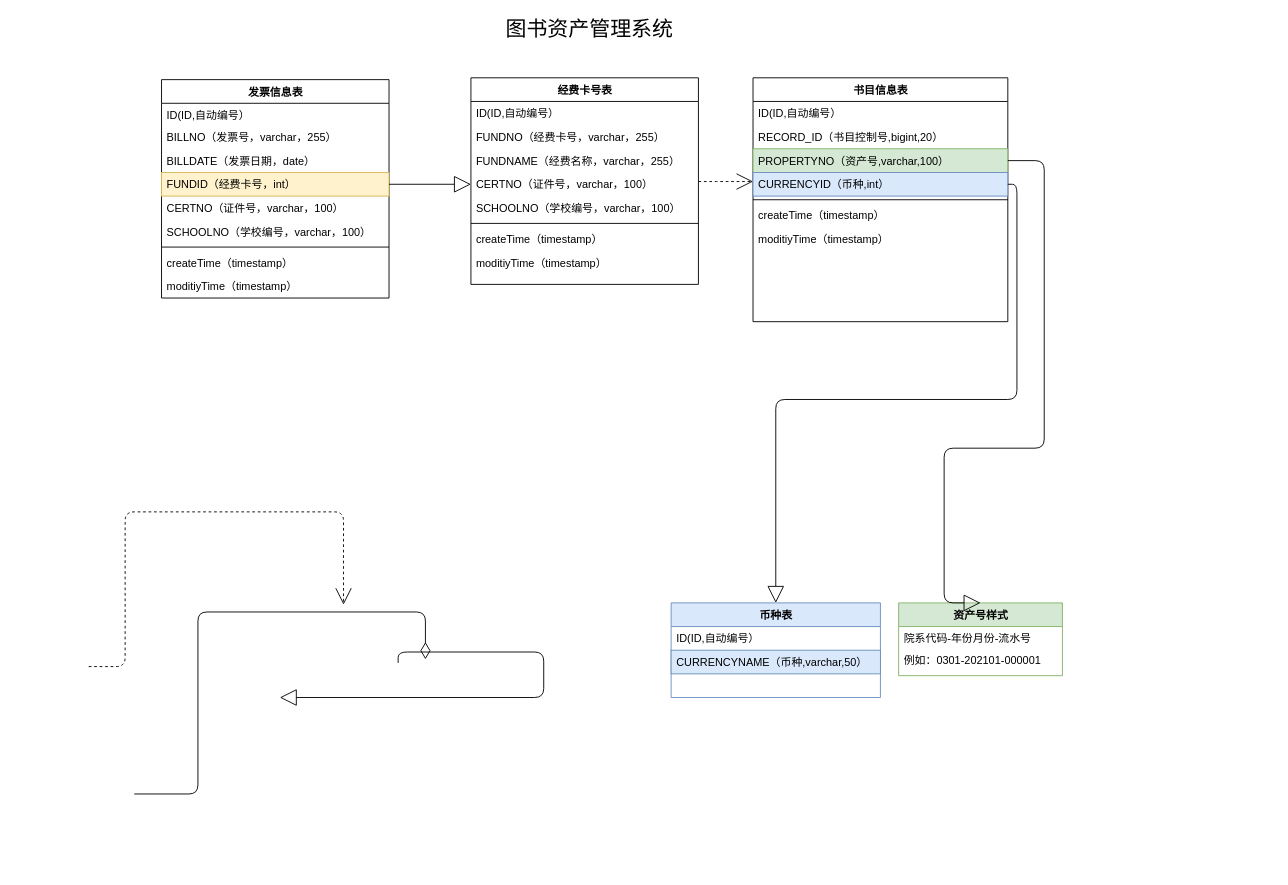
The draw.io diagram 图书资产管理系统.drawio in yisqiu/SimpleMap-wx, before the edit. Source tidied: cells renumbered, new cells numbered last; positions are measured from the earlier drawing's top-left corner, leaving out a move shared by most shapes. Both pictures are drawn from the tidied source at 91%, with x=0, y=0 at pixel (88, 15).
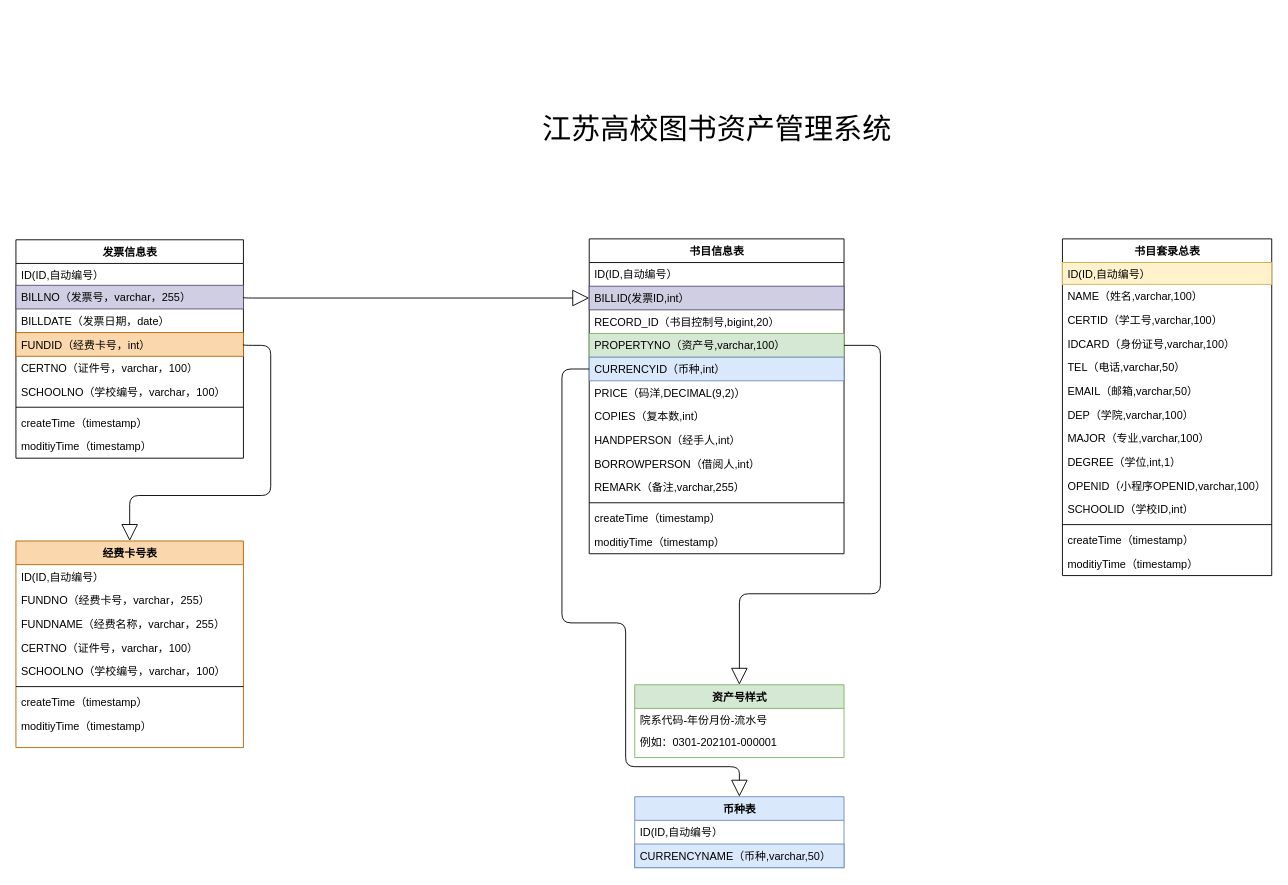
After the change.

Commit message (it also covers changes not shown here):
更新图书资产管理系统.drawio

The change refers to these unchanged cells:
```xml
<mxCell id="19" value="CERTNO（证件号，varchar，100）" style="text;html=1;strokeColor=none;fillColor=none;align=left;verticalAlign=top;spacingLeft=4;spacingRight=4;whiteSpace=wrap;overflow=hidden;points=[[0,0.5],[1,0.5]];portConstraint=eastwest;" parent="15" vertex="1">
  <mxGeometry y="104" width="250" height="26" as="geometry" />
</mxCell>
```

Diff of the diagram source:
```diff
@@
-    <mxCell id="2" style="edgeStyle=orthogonalEdgeStyle;html=1;labelBackgroundColor=none;startFill=0;startSize=8;endArrow=open;endFill=0;endSize=16;fontFamily=Verdana;fontSize=12;dashed=1;" parent="1" edge="1">
-      <mxGeometry relative="1" as="geometry">
-        <mxPoint y="715" as="sourcePoint" />
-        <mxPoint x="280" y="647" as="targetPoint" />
-        <Array as="points">
-          <mxPoint x="40" y="545" />
-          <mxPoint x="280" y="545" />
-        </Array>
-      </mxGeometry>
-    </mxCell>
-    <mxCell id="3" style="edgeStyle=orthogonalEdgeStyle;html=1;labelBackgroundColor=none;startFill=0;startSize=8;endArrow=diamondThin;endFill=0;endSize=16;fontFamily=Verdana;fontSize=12;" parent="1" edge="1">
-      <mxGeometry relative="1" as="geometry">
-        <mxPoint x="50" y="855" as="sourcePoint" />
-        <mxPoint x="370" y="707" as="targetPoint" />
-        <Array as="points">
-          <mxPoint x="120" y="655" />
-          <mxPoint x="370" y="655" />
-        </Array>
-      </mxGeometry>
-    </mxCell>
     <mxCell id="4" value="发票信息表" style="swimlane;html=1;fontStyle=1;align=center;verticalAlign=top;horizontal=1;startSize=26;swimlaneFillColor=#ffffff;rounded=0;shadow=0;comic=0;labelBackgroundColor=none;strokeWidth=1;fontFamily=Verdana;fontSize=12;" parent="1" vertex="1">
-      <mxGeometry x="80" y="70" width="250" height="240" as="geometry" />
+      <mxGeometry x="-80" y="246" width="250" height="240" as="geometry" />
     </mxCell>
@@
-    <mxCell id="6" value="BILLNO（发票号，varchar，255）" style="text;html=1;strokeColor=none;fillColor=none;align=left;verticalAlign=top;spacingLeft=4;spacingRight=4;whiteSpace=wrap;overflow=hidden;points=[[0,0.5],[1,0.5]];portConstraint=eastwest;" parent="4" vertex="1">
+    <mxCell id="6" value="BILLNO（发票号，varchar，255）" style="text;html=1;strokeColor=#56517e;fillColor=#d0cee2;align=left;verticalAlign=top;spacingLeft=4;spacingRight=4;whiteSpace=wrap;overflow=hidden;points=[[0,0.5],[1,0.5]];portConstraint=eastwest;" parent="4" vertex="1">
       <mxGeometry y="50" width="250" height="26" as="geometry" />
     </mxCell>
@@
-    <mxCell id="8" value="FUNDID（经费卡号，int）" style="text;html=1;strokeColor=#d6b656;fillColor=#fff2cc;align=left;verticalAlign=top;spacingLeft=4;spacingRight=4;whiteSpace=wrap;overflow=hidden;points=[[0,0.5],[1,0.5]];portConstraint=eastwest;" parent="4" vertex="1">
+    <mxCell id="8" value="FUNDID（经费卡号，int）" style="text;html=1;strokeColor=#b46504;fillColor=#fad7ac;align=left;verticalAlign=top;spacingLeft=4;spacingRight=4;whiteSpace=wrap;overflow=hidden;points=[[0,0.5],[1,0.5]];portConstraint=eastwest;" parent="4" vertex="1">
       <mxGeometry y="102" width="250" height="26" as="geometry" />
     </mxCell>
@@
-    <mxCell id="14" style="edgeStyle=elbowEdgeStyle;html=1;labelBackgroundColor=none;startFill=0;startSize=8;endArrow=open;endFill=0;endSize=16;fontFamily=Verdana;fontSize=12;elbow=vertical;dashed=1;" parent="1" edge="1" source="15" target="24">
-      <mxGeometry relative="1" as="geometry" />
-    </mxCell>
-    <mxCell id="15" value="经费卡号表" style="swimlane;html=1;fontStyle=1;align=center;verticalAlign=top;horizontal=1;startSize=26;swimlaneFillColor=#ffffff;rounded=0;shadow=0;comic=0;labelBackgroundColor=none;strokeWidth=1;fillColor=none;fontFamily=Verdana;fontSize=12;" parent="1" vertex="1">
-      <mxGeometry x="420" y="68" width="250" height="227" as="geometry" />
+    <mxCell id="15" value="经费卡号表" style="swimlane;html=1;fontStyle=1;align=center;verticalAlign=top;horizontal=1;startSize=26;swimlaneFillColor=#ffffff;rounded=0;shadow=0;comic=0;labelBackgroundColor=none;strokeWidth=1;fillColor=#fad7ac;fontFamily=Verdana;fontSize=12;strokeColor=#b46504;" parent="1" vertex="1">
+      <mxGeometry x="-80" y="577" width="250" height="227" as="geometry" />
     </mxCell>
@@
     <mxCell id="24" value="书目信息表" style="swimlane;html=1;fontStyle=1;align=center;verticalAlign=top;horizontal=1;startSize=26;swimlaneFillColor=#ffffff;rounded=0;shadow=0;comic=0;labelBackgroundColor=none;strokeWidth=1;fillColor=none;fontFamily=Verdana;fontSize=12;" parent="1" vertex="1">
-      <mxGeometry x="730" y="68" width="280" height="268" as="geometry" />
+      <mxGeometry x="550" y="245" width="280" height="346" as="geometry" />
     </mxCell>
@@
+    <mxCell id="43" value="BILLID(发票ID,int）" style="text;html=1;strokeColor=#56517e;fillColor=#d0cee2;align=left;verticalAlign=top;spacingLeft=4;spacingRight=4;whiteSpace=wrap;overflow=hidden;points=[[0,0.5],[1,0.5]];portConstraint=eastwest;" parent="24" vertex="1">
+      <mxGeometry y="52" width="280" height="26" as="geometry" />
+    </mxCell>
     <mxCell id="26" value="RECORD_ID（书目控制号,bigint,20）" style="text;html=1;strokeColor=none;fillColor=none;align=left;verticalAlign=top;spacingLeft=4;spacingRight=4;whiteSpace=wrap;overflow=hidden;" parent="24" vertex="1">
-      <mxGeometry y="52" width="280" height="26" as="geometry" />
+      <mxGeometry y="78" width="280" height="26" as="geometry" />
     </mxCell>
     <mxCell id="27" value="PROPERTYNO（资产号,varchar,100）" style="text;html=1;strokeColor=#82b366;fillColor=#d5e8d4;align=left;verticalAlign=top;spacingLeft=4;spacingRight=4;whiteSpace=wrap;overflow=hidden;points=[[0,0.5],[1,0.5]];portConstraint=eastwest;" parent="24" vertex="1">
-      <mxGeometry y="78" width="280" height="26" as="geometry" />
+      <mxGeometry y="104" width="280" height="26" as="geometry" />
     </mxCell>
     <mxCell id="28" value="CURRENCYID（币种,int）" style="text;html=1;strokeColor=#6c8ebf;fillColor=#dae8fc;align=left;verticalAlign=top;spacingLeft=4;spacingRight=4;whiteSpace=wrap;overflow=hidden;points=[[0,0.5],[1,0.5]];portConstraint=eastwest;" parent="24" vertex="1">
-      <mxGeometry y="104" width="280" height="26" as="geometry" />
+      <mxGeometry y="130" width="280" height="26" as="geometry" />
     </mxCell>
+    <mxCell id="44" value="PRICE（码洋,DECIMAL(9,2)）" style="text;html=1;strokeColor=none;fillColor=none;align=left;verticalAlign=top;spacingLeft=4;spacingRight=4;whiteSpace=wrap;overflow=hidden;" parent="24" vertex="1">
+      <mxGeometry y="156" width="280" height="26" as="geometry" />
+    </mxCell>
+    <mxCell id="45" value="COPIES（复本数,int）" style="text;html=1;strokeColor=none;fillColor=none;align=left;verticalAlign=top;spacingLeft=4;spacingRight=4;whiteSpace=wrap;overflow=hidden;" parent="24" vertex="1">
+      <mxGeometry y="182" width="280" height="26" as="geometry" />
+    </mxCell>
+    <mxCell id="46" value="HANDPERSON（经手人,int）" style="text;html=1;strokeColor=none;fillColor=none;align=left;verticalAlign=top;spacingLeft=4;spacingRight=4;whiteSpace=wrap;overflow=hidden;" parent="24" vertex="1">
+      <mxGeometry y="208" width="280" height="26" as="geometry" />
+    </mxCell>
+    <mxCell id="47" value="BORROWPERSON（借阅人,int）" style="text;html=1;strokeColor=none;fillColor=none;align=left;verticalAlign=top;spacingLeft=4;spacingRight=4;whiteSpace=wrap;overflow=hidden;" parent="24" vertex="1">
+      <mxGeometry y="234" width="280" height="26" as="geometry" />
+    </mxCell>
+    <mxCell id="48" value="REMARK（备注,varchar,255）" style="text;html=1;strokeColor=none;fillColor=none;align=left;verticalAlign=top;spacingLeft=4;spacingRight=4;whiteSpace=wrap;overflow=hidden;" parent="24" vertex="1">
+      <mxGeometry y="260" width="280" height="26" as="geometry" />
+    </mxCell>
     <mxCell id="29" style="line;html=1;strokeWidth=1;fillColor=none;align=left;verticalAlign=middle;spacingTop=-1;spacingLeft=3;spacingRight=3;labelPosition=right;" parent="24" vertex="1">
-      <mxGeometry y="130" width="280" height="8" as="geometry" />
+      <mxGeometry y="286" width="280" height="8" as="geometry" />
     </mxCell>
     <mxCell id="30" value="createTime（timestamp）" style="text;html=1;strokeColor=none;fillColor=none;align=left;verticalAlign=top;spacingLeft=4;spacingRight=4;whiteSpace=wrap;overflow=hidden;" parent="24" vertex="1">
-      <mxGeometry y="138" width="280" height="26" as="geometry" />
+      <mxGeometry y="294" width="280" height="26" as="geometry" />
     </mxCell>
     <mxCell id="31" value="moditiyTime（timestamp）" style="text;html=1;strokeColor=none;fillColor=none;align=left;verticalAlign=top;spacingLeft=4;spacingRight=4;whiteSpace=wrap;overflow=hidden;" parent="24" vertex="1">
-      <mxGeometry y="164" width="280" height="26" as="geometry" />
+      <mxGeometry y="320" width="280" height="26" as="geometry" />
     </mxCell>
-    <mxCell id="32" style="edgeStyle=orthogonalEdgeStyle;html=1;labelBackgroundColor=none;startFill=0;startSize=8;endArrow=block;endFill=0;endSize=16;fontFamily=Verdana;fontSize=12;" parent="1" edge="1">
+    <mxCell id="32" style="edgeStyle=orthogonalEdgeStyle;html=1;labelBackgroundColor=none;startFill=0;startSize=8;endArrow=block;endFill=0;endSize=16;fontFamily=Verdana;fontSize=12;exitX=1;exitY=0.5;exitDx=0;exitDy=0;entryX=0;entryY=0.5;entryDx=0;entryDy=0;" parent="1" edge="1" source="6" target="43">
       <mxGeometry relative="1" as="geometry">
-        <mxPoint x="340" y="711" as="sourcePoint" />
-        <mxPoint x="210" y="749" as="targetPoint" />
         <Array as="points">
-          <mxPoint x="340" y="699" />
-          <mxPoint x="500" y="699" />
+          <mxPoint x="170" y="310" />
         </Array>
       </mxGeometry>
     </mxCell>
-    <mxCell id="33" value="图书资产管理系统" style="text;html=1;align=center;verticalAlign=middle;fontStyle=0;fontSize=23;" parent="1" vertex="1">
-      <mxGeometry x="450" width="200" height="30" as="geometry" />
+    <mxCell id="33" value="江苏高校图书资产管理系统" style="text;html=1;align=center;verticalAlign=middle;fontStyle=0;fontSize=32;" parent="1" vertex="1">
+      <mxGeometry x="490" y="105" width="400" height="40" as="geometry" />
     </mxCell>
-    <mxCell id="34" style="edgeStyle=orthogonalEdgeStyle;html=1;labelBackgroundColor=none;startFill=0;startSize=8;endArrow=block;endFill=0;endSize=16;fontFamily=Verdana;fontSize=12;entryX=0;entryY=0.5;entryDx=0;entryDy=0;exitX=1;exitY=0.5;exitDx=0;exitDy=0;" parent="1" edge="1" source="8" target="19">
-      <mxGeometry relative="1" as="geometry" />
+    <mxCell id="34" style="edgeStyle=orthogonalEdgeStyle;html=1;labelBackgroundColor=none;startFill=0;startSize=8;endArrow=block;endFill=0;endSize=16;fontFamily=Verdana;fontSize=12;entryX=0.5;entryY=0;entryDx=0;entryDy=0;exitX=1;exitY=0.5;exitDx=0;exitDy=0;" parent="1" edge="1" source="8" target="15">
+      <mxGeometry relative="1" as="geometry">
+        <Array as="points">
+          <mxPoint x="170" y="362" />
+          <mxPoint x="200" y="362" />
+          <mxPoint x="200" y="527" />
+          <mxPoint x="45" y="527" />
+        </Array>
+      </mxGeometry>
     </mxCell>
     <mxCell id="35" value="资产号样式" style="swimlane;html=1;fontStyle=1;align=center;verticalAlign=top;horizontal=1;startSize=26;swimlaneFillColor=#ffffff;rounded=0;shadow=0;comic=0;labelBackgroundColor=none;strokeWidth=1;fontFamily=Verdana;fontSize=12;strokeColor=#82b366;fillColor=#d5e8d4;" parent="1" vertex="1">
-      <mxGeometry x="890" y="645" width="180" height="80" as="geometry" />
+      <mxGeometry x="600" y="735" width="230" height="80" as="geometry" />
     </mxCell>
     <mxCell id="36" value="院系代码-年份月份-流水号" style="text;html=1;align=left;verticalAlign=top;spacingLeft=4;spacingRight=4;whiteSpace=wrap;overflow=hidden;" parent="35" vertex="1">
-      <mxGeometry y="26" width="180" height="24" as="geometry" />
+      <mxGeometry y="26" width="230" height="24" as="geometry" />
     </mxCell>
     <mxCell id="37" value="例如：0301-202101-000001" style="text;html=1;strokeColor=none;fillColor=none;align=left;verticalAlign=top;spacingLeft=4;spacingRight=4;whiteSpace=wrap;overflow=hidden;" parent="35" vertex="1">
-      <mxGeometry y="50" width="180" height="26" as="geometry" />
+      <mxGeometry y="50" width="230" height="26" as="geometry" />
     </mxCell>
     <mxCell id="38" style="edgeStyle=orthogonalEdgeStyle;html=1;labelBackgroundColor=none;startFill=0;startSize=8;endArrow=block;endFill=0;endSize=16;fontFamily=Verdana;fontSize=12;exitX=1;exitY=0.5;exitDx=0;exitDy=0;entryX=0.5;entryY=0;entryDx=0;entryDy=0;" parent="1" edge="1" source="27" target="35">
       <mxGeometry relative="1" as="geometry">
         <Array as="points">
-          <mxPoint x="1050" y="159" />
-          <mxPoint x="1050" y="475" />
-          <mxPoint x="940" y="475" />
+          <mxPoint x="870" y="362" />
+          <mxPoint x="870" y="635" />
+          <mxPoint x="715" y="635" />
         </Array>
       </mxGeometry>
     </mxCell>
     <mxCell id="39" value="币种表" style="swimlane;html=1;fontStyle=1;align=center;verticalAlign=top;horizontal=1;startSize=26;swimlaneFillColor=#ffffff;rounded=0;shadow=0;comic=0;labelBackgroundColor=none;strokeWidth=1;fontFamily=Verdana;fontSize=12;strokeColor=#6c8ebf;fillColor=#dae8fc;" parent="1" vertex="1">
-      <mxGeometry x="640" y="645" width="230" height="104" as="geometry" />
+      <mxGeometry x="600" y="858" width="230" height="78" as="geometry" />
     </mxCell>
@@
-    <mxCell id="42" style="edgeStyle=orthogonalEdgeStyle;html=1;labelBackgroundColor=none;startFill=0;startSize=8;endArrow=block;endFill=0;endSize=16;fontFamily=Verdana;fontSize=12;exitX=1;exitY=0.5;exitDx=0;exitDy=0;entryX=0.5;entryY=0;entryDx=0;entryDy=0;" parent="1" edge="1" source="28" target="39">
-      <mxGeometry relative="1" as="geometry" />
+    <mxCell id="42" style="edgeStyle=orthogonalEdgeStyle;html=1;labelBackgroundColor=none;startFill=0;startSize=8;endArrow=block;endFill=0;endSize=16;fontFamily=Verdana;fontSize=12;exitX=0;exitY=0.5;exitDx=0;exitDy=0;entryX=0.5;entryY=0;entryDx=0;entryDy=0;" parent="1" edge="1" source="28" target="39">
+      <mxGeometry relative="1" as="geometry">
+        <Array as="points">
+          <mxPoint x="520" y="388" />
+          <mxPoint x="520" y="667" />
+          <mxPoint x="590" y="667" />
+          <mxPoint x="590" y="825" />
+          <mxPoint x="715" y="825" />
+        </Array>
+      </mxGeometry>
     </mxCell>
+    <mxCell id="49" value="书目套录总表" style="swimlane;html=1;fontStyle=1;align=center;verticalAlign=top;horizontal=1;startSize=26;swimlaneFillColor=#ffffff;rounded=0;shadow=0;comic=0;labelBackgroundColor=none;strokeWidth=1;fillColor=none;fontFamily=Verdana;fontSize=12;" parent="1" vertex="1">
+      <mxGeometry x="1070" y="245" width="230" height="370" as="geometry" />
+    </mxCell>
+    <mxCell id="50" value="ID(ID,自动编号）" style="text;html=1;strokeColor=#d6b656;fillColor=#fff2cc;align=left;verticalAlign=top;spacingLeft=4;spacingRight=4;whiteSpace=wrap;overflow=hidden;" parent="49" vertex="1">
+      <mxGeometry y="26" width="230" height="24" as="geometry" />
+    </mxCell>
+    <mxCell id="51" value="NAME（姓名,varchar,100）" style="text;html=1;strokeColor=none;fillColor=none;align=left;verticalAlign=top;spacingLeft=4;spacingRight=4;whiteSpace=wrap;overflow=hidden;" parent="49" vertex="1">
+      <mxGeometry y="50" width="230" height="26" as="geometry" />
+    </mxCell>
+    <mxCell id="52" value="CERTID（学工号,varchar,100）" style="text;html=1;strokeColor=none;fillColor=none;align=left;verticalAlign=top;spacingLeft=4;spacingRight=4;whiteSpace=wrap;overflow=hidden;" parent="49" vertex="1">
+      <mxGeometry y="76" width="230" height="26" as="geometry" />
+    </mxCell>
+    <mxCell id="53" value="IDCARD（身份证号,varchar,100）" style="text;html=1;strokeColor=none;fillColor=none;align=left;verticalAlign=top;spacingLeft=4;spacingRight=4;whiteSpace=wrap;overflow=hidden;" parent="49" vertex="1">
+      <mxGeometry y="102" width="230" height="26" as="geometry" />
+    </mxCell>
+    <mxCell id="54" value="TEL（电话,varchar,50）" style="text;html=1;strokeColor=none;fillColor=none;align=left;verticalAlign=top;spacingLeft=4;spacingRight=4;whiteSpace=wrap;overflow=hidden;" parent="49" vertex="1">
+      <mxGeometry y="128" width="230" height="26" as="geometry" />
+    </mxCell>
+    <mxCell id="55" value="EMAIL（邮箱,varchar,50）" style="text;html=1;strokeColor=none;fillColor=none;align=left;verticalAlign=top;spacingLeft=4;spacingRight=4;whiteSpace=wrap;overflow=hidden;" parent="49" vertex="1">
+      <mxGeometry y="154" width="230" height="26" as="geometry" />
+    </mxCell>
+    <mxCell id="56" value="DEP（学院,varchar,100）" style="text;html=1;strokeColor=none;fillColor=none;align=left;verticalAlign=top;spacingLeft=4;spacingRight=4;whiteSpace=wrap;overflow=hidden;" parent="49" vertex="1">
+      <mxGeometry y="180" width="230" height="26" as="geometry" />
+    </mxCell>
+    <mxCell id="57" value="MAJOR（专业,varchar,100）" style="text;html=1;strokeColor=none;fillColor=none;align=left;verticalAlign=top;spacingLeft=4;spacingRight=4;whiteSpace=wrap;overflow=hidden;" parent="49" vertex="1">
+      <mxGeometry y="206" width="230" height="26" as="geometry" />
+    </mxCell>
+    <mxCell id="58" value="DEGREE（学位,int,1）" style="text;html=1;strokeColor=none;fillColor=none;align=left;verticalAlign=top;spacingLeft=4;spacingRight=4;whiteSpace=wrap;overflow=hidden;" parent="49" vertex="1">
+      <mxGeometry y="232" width="230" height="26" as="geometry" />
+    </mxCell>
+    <mxCell id="59" value="OPENID（小程序OPENID,varchar,100）" style="text;html=1;strokeColor=none;fillColor=none;align=left;verticalAlign=top;spacingLeft=4;spacingRight=4;whiteSpace=wrap;overflow=hidden;" parent="49" vertex="1">
+      <mxGeometry y="258" width="230" height="26" as="geometry" />
+    </mxCell>
+    <mxCell id="60" value="SCHOOLID（学校ID,int）" style="text;html=1;strokeColor=none;fillColor=none;align=left;verticalAlign=top;spacingLeft=4;spacingRight=4;whiteSpace=wrap;overflow=hidden;" parent="49" vertex="1">
+      <mxGeometry y="284" width="230" height="26" as="geometry" />
+    </mxCell>
+    <mxCell id="61" style="line;html=1;strokeWidth=1;fillColor=none;align=left;verticalAlign=middle;spacingTop=-1;spacingLeft=3;spacingRight=3;labelPosition=right;" parent="49" vertex="1">
+      <mxGeometry y="310" width="230" height="8" as="geometry" />
+    </mxCell>
+    <mxCell id="62" value="createTime（timestamp）" style="text;html=1;strokeColor=none;fillColor=none;align=left;verticalAlign=top;spacingLeft=4;spacingRight=4;whiteSpace=wrap;overflow=hidden;" parent="49" vertex="1">
+      <mxGeometry y="318" width="230" height="26" as="geometry" />
+    </mxCell>
+    <mxCell id="63" value="moditiyTime（timestamp）" style="text;html=1;strokeColor=none;fillColor=none;align=left;verticalAlign=top;spacingLeft=4;spacingRight=4;whiteSpace=wrap;overflow=hidden;" parent="49" vertex="1">
+      <mxGeometry y="344" width="230" height="26" as="geometry" />
+    </mxCell>
```
